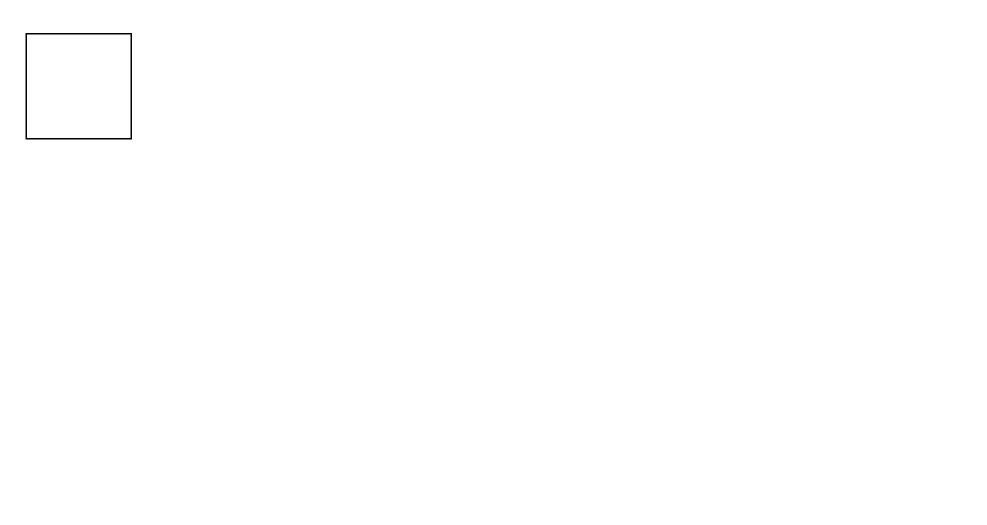
Before: Untitled Diagram.drawio in Shizf/flowmap, a draw.io diagram. Source tidied: cells renumbered, new cells numbered last; positions are measured from the earlier drawing's top-left corner, leaving out a move shared by most shapes. Both pictures are drawn from the tidied source at 150%, with x=0, y=0 at pixel (26, 33).
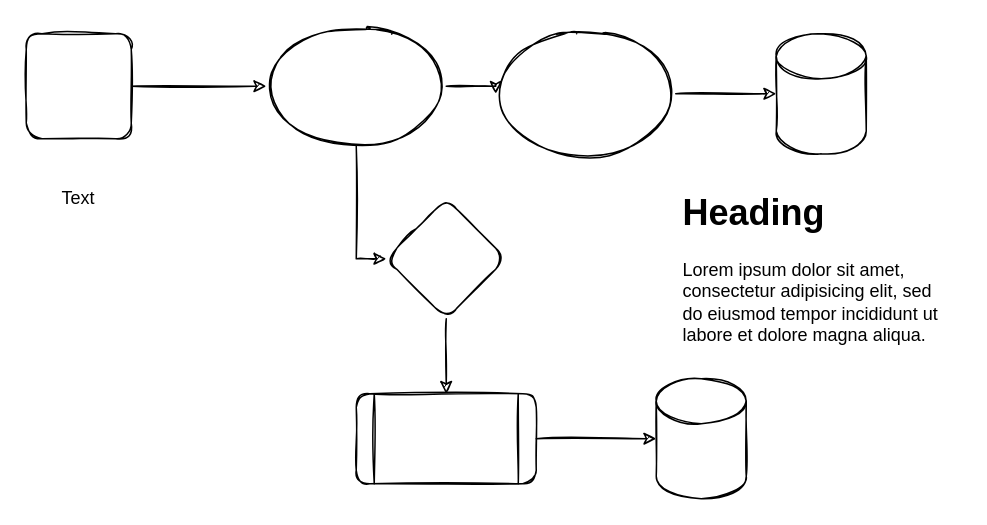
After the change.

Change to the diagram source:
```diff
@@
 <mxGraphModel background="#ffffff">
   <root>
     <mxCell id="0" />
     <mxCell id="1" parent="0" />
+    <mxCell id="3" value="&lt;h1&gt;Heading&lt;/h1&gt;&lt;p&gt;Lorem ipsum dolor sit amet, consectetur adipisicing elit, sed do eiusmod tempor incididunt ut labore et dolore magna aliqua.&lt;/p&gt;" style="text;html=1;strokeColor=none;fillColor=none;spacing=5;spacingTop=-20;whiteSpace=wrap;overflow=hidden;rounded=0;sketch=1;" parent="1" vertex="1">
+      <mxGeometry x="433" y="100" width="190" height="120" as="geometry" />
+    </mxCell>
+    <mxCell id="4" style="edgeStyle=orthogonalEdgeStyle;rounded=0;sketch=1;jettySize=auto;html=1;exitX=1;exitY=0.5;exitDx=0;exitDy=0;entryX=0;entryY=0.5;entryDx=0;entryDy=0;" parent="1" edge="1" source="2" target="7">
+      <mxGeometry relative="1" as="geometry" />
+    </mxCell>
-    <mxCell id="2" style="whiteSpace=wrap;html=1;" parent="1" vertex="1">
+    <mxCell id="2" style="whiteSpace=wrap;html=1;rounded=1;sketch=1;" parent="1" vertex="1">
       <mxGeometry width="70" height="70" as="geometry" />
     </mxCell>
+    <mxCell id="5" style="edgeStyle=orthogonalEdgeStyle;rounded=0;sketch=1;jettySize=auto;html=1;exitX=1;exitY=0.5;exitDx=0;exitDy=0;entryX=0;entryY=0.5;entryDx=0;entryDy=0;" parent="1" edge="1" source="7" target="10">
+      <mxGeometry relative="1" as="geometry" />
+    </mxCell>
+    <mxCell id="6" style="edgeStyle=orthogonalEdgeStyle;rounded=0;sketch=1;jettySize=auto;html=1;exitX=0.5;exitY=1;exitDx=0;exitDy=0;entryX=0;entryY=0.5;entryDx=0;entryDy=0;" parent="1" edge="1" source="7" target="13">
+      <mxGeometry relative="1" as="geometry" />
+    </mxCell>
+    <mxCell id="7" style="ellipse;whiteSpace=wrap;html=1;rounded=1;sketch=1;" parent="1" vertex="1">
+      <mxGeometry x="160" y="-5" width="120" height="80" as="geometry" />
+    </mxCell>
+    <mxCell id="8" value="Text" style="text;html=1;strokeColor=none;fillColor=none;align=center;verticalAlign=middle;whiteSpace=wrap;rounded=0;sketch=1;" parent="1" vertex="1">
+      <mxGeometry x="15" y="100" width="40" height="20" as="geometry" />
+    </mxCell>
+    <mxCell id="9" style="edgeStyle=orthogonalEdgeStyle;rounded=0;sketch=1;jettySize=auto;html=1;exitX=1;exitY=0.5;exitDx=0;exitDy=0;" parent="1" edge="1" source="10" target="11">
+      <mxGeometry relative="1" as="geometry" />
+    </mxCell>
+    <mxCell id="10" style="ellipse;whiteSpace=wrap;html=1;rounded=1;sketch=1;" parent="1" vertex="1">
+      <mxGeometry x="313" width="120" height="80" as="geometry" />
+    </mxCell>
+    <mxCell id="11" style="shape=cylinder3;whiteSpace=wrap;html=1;boundedLbl=1;backgroundOutline=1;size=15;rounded=1;sketch=1;" parent="1" vertex="1">
+      <mxGeometry x="500" width="60" height="80" as="geometry" />
+    </mxCell>
+    <mxCell id="12" style="edgeStyle=orthogonalEdgeStyle;rounded=0;sketch=1;jettySize=auto;html=1;exitX=0.5;exitY=1;exitDx=0;exitDy=0;entryX=0.5;entryY=0;entryDx=0;entryDy=0;" parent="1" edge="1" source="13" target="15">
+      <mxGeometry relative="1" as="geometry" />
+    </mxCell>
+    <mxCell id="13" style="rhombus;whiteSpace=wrap;html=1;rounded=1;sketch=1;" parent="1" vertex="1">
+      <mxGeometry x="240" y="110" width="80" height="80" as="geometry" />
+    </mxCell>
+    <mxCell id="14" style="edgeStyle=orthogonalEdgeStyle;rounded=0;sketch=1;jettySize=auto;html=1;" parent="1" edge="1" source="15" target="16">
+      <mxGeometry relative="1" as="geometry" />
+    </mxCell>
+    <mxCell id="15" style="shape=process;whiteSpace=wrap;html=1;backgroundOutline=1;rounded=1;sketch=1;" parent="1" vertex="1">
+      <mxGeometry x="220" y="240" width="120" height="60" as="geometry" />
+    </mxCell>
+    <mxCell id="16" style="shape=cylinder3;whiteSpace=wrap;html=1;boundedLbl=1;backgroundOutline=1;size=15;rounded=1;sketch=1;" parent="1" vertex="1">
+      <mxGeometry x="420" y="230" width="60" height="80" as="geometry" />
+    </mxCell>
   </root>
 </mxGraphModel>
```
